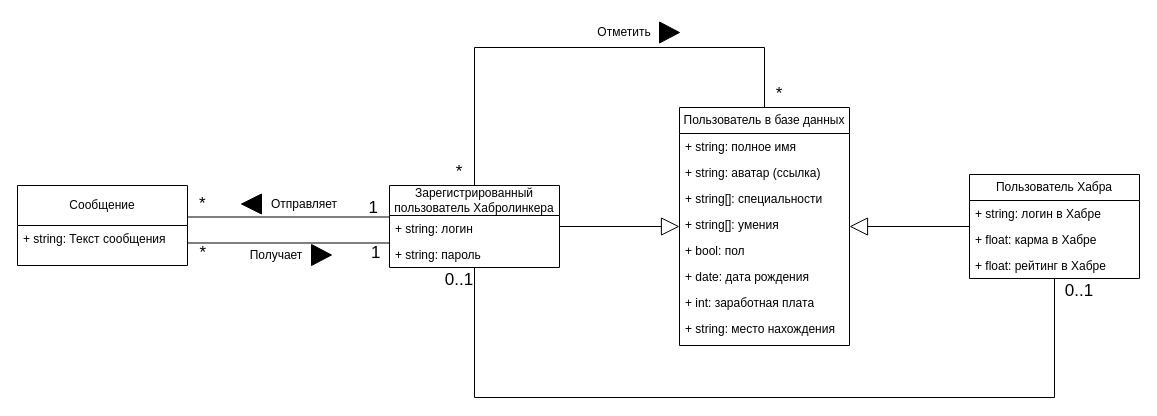
Earlier version of the draw.io diagram docs/raw_diagrams/domain_model.drawio (AS2/habrolink). Source tidied: cells renumbered, new cells numbered last; positions are measured from the earlier drawing's top-left corner, leaving out a move shared by most shapes. Both pictures are drawn from the tidied source at 100%, with x=0, y=0 at pixel (17, 17).
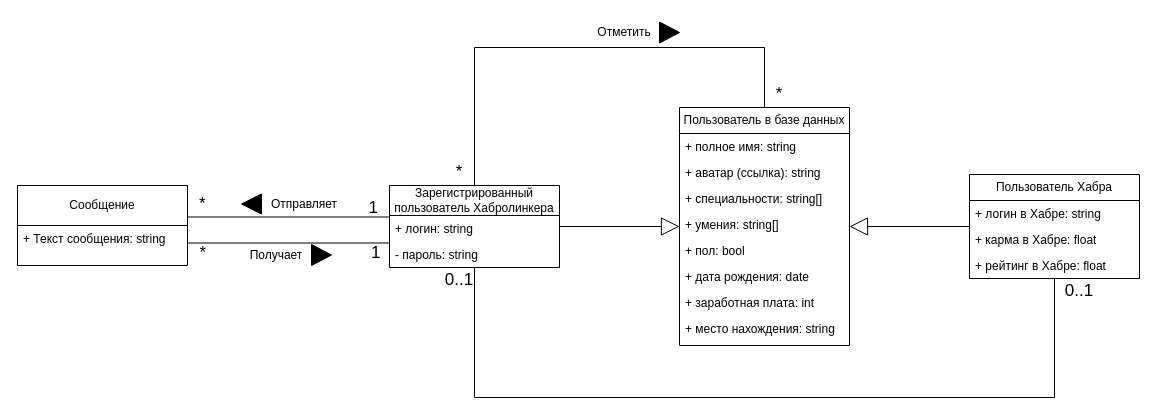
The same diagram, later.

Commit message (it also covers changes not shown here):
Fixed domain_model

Unchanged cells that the change refers to:
```xml
<mxCell id="2" value="Пользователь в базе данных" style="swimlane;fontStyle=0;horizontal=1;startSize=26;fillColor=none;whiteSpace=wrap;html=1;" parent="1" vertex="1">
  <mxGeometry x="662" y="90" width="170" height="238" as="geometry" />
</mxCell>
<mxCell id="13" value="Зарегистрированный пользователь Хабролинкера" style="swimlane;fontStyle=0;horizontal=1;startSize=30;fillColor=none;whiteSpace=wrap;html=1;" parent="1" vertex="1">
  <mxGeometry x="372" y="168" width="170" height="82" as="geometry" />
</mxCell>
<mxCell id="16" value="Пользователь Хабра" style="swimlane;fontStyle=0;horizontal=1;startSize=26;fillColor=none;whiteSpace=wrap;html=1;" parent="1" vertex="1">
  <mxGeometry x="952" y="157" width="170" height="104" as="geometry" />
</mxCell>
<mxCell id="23" value="Сообщение" style="swimlane;fontStyle=0;horizontal=1;startSize=40;fillColor=none;whiteSpace=wrap;html=1;" parent="1" vertex="1">
  <mxGeometry y="168" width="170" height="80" as="geometry" />
</mxCell>
```

The edit, as a diff of the source:
```diff
@@
-    <mxCell id="3" value="+ string: полное имя" style="text;strokeColor=none;fillColor=none;align=left;verticalAlign=top;spacingLeft=4;spacingRight=4;overflow=hidden;whiteSpace=wrap;html=1;" parent="2" vertex="1">
+    <mxCell id="3" value="+ полное имя:&amp;nbsp;string" style="text;strokeColor=none;fillColor=none;align=left;verticalAlign=top;spacingLeft=4;spacingRight=4;overflow=hidden;whiteSpace=wrap;html=1;" parent="2" vertex="1">
       <mxGeometry y="26" width="170" height="26" as="geometry" />
     </mxCell>
-    <mxCell id="4" value="+ string: аватар (ссылка)" style="text;strokeColor=none;fillColor=none;align=left;verticalAlign=top;spacingLeft=4;spacingRight=4;overflow=hidden;whiteSpace=wrap;html=1;" parent="2" vertex="1">
+    <mxCell id="4" value="+ аватар (ссылка):&amp;nbsp;string" style="text;strokeColor=none;fillColor=none;align=left;verticalAlign=top;spacingLeft=4;spacingRight=4;overflow=hidden;whiteSpace=wrap;html=1;" parent="2" vertex="1">
       <mxGeometry y="52" width="170" height="26" as="geometry" />
     </mxCell>
-    <mxCell id="5" value="+ string[]: специальности" style="text;strokeColor=none;fillColor=none;align=left;verticalAlign=top;spacingLeft=4;spacingRight=4;overflow=hidden;whiteSpace=wrap;html=1;" parent="2" vertex="1">
+    <mxCell id="5" value="+ специальности:&amp;nbsp;string[]" style="text;strokeColor=none;fillColor=none;align=left;verticalAlign=top;spacingLeft=4;spacingRight=4;overflow=hidden;whiteSpace=wrap;html=1;" parent="2" vertex="1">
       <mxGeometry y="78" width="170" height="26" as="geometry" />
     </mxCell>
-    <mxCell id="6" value="&lt;div&gt;+ string[]: умения&lt;/div&gt;" style="text;strokeColor=none;fillColor=none;align=left;verticalAlign=top;spacingLeft=4;spacingRight=4;overflow=hidden;whiteSpace=wrap;html=1;" parent="2" vertex="1">
+    <mxCell id="6" value="&lt;div&gt;+ умения: string[]&lt;/div&gt;" style="text;strokeColor=none;fillColor=none;align=left;verticalAlign=top;spacingLeft=4;spacingRight=4;overflow=hidden;whiteSpace=wrap;html=1;" parent="2" vertex="1">
       <mxGeometry y="104" width="170" height="26" as="geometry" />
     </mxCell>
-    <mxCell id="7" value="+ bool: пол" style="text;strokeColor=none;fillColor=none;align=left;verticalAlign=top;spacingLeft=4;spacingRight=4;overflow=hidden;whiteSpace=wrap;html=1;" parent="2" vertex="1">
+    <mxCell id="7" value="+ пол:&amp;nbsp;bool" style="text;strokeColor=none;fillColor=none;align=left;verticalAlign=top;spacingLeft=4;spacingRight=4;overflow=hidden;whiteSpace=wrap;html=1;" parent="2" vertex="1">
       <mxGeometry y="130" width="170" height="26" as="geometry" />
     </mxCell>
-    <mxCell id="8" value="&lt;div&gt;+ date: дата рождения&lt;/div&gt;" style="text;strokeColor=none;fillColor=none;align=left;verticalAlign=top;spacingLeft=4;spacingRight=4;overflow=hidden;whiteSpace=wrap;html=1;" parent="2" vertex="1">
+    <mxCell id="8" value="&lt;div&gt;+ дата рождения: date&lt;/div&gt;" style="text;strokeColor=none;fillColor=none;align=left;verticalAlign=top;spacingLeft=4;spacingRight=4;overflow=hidden;whiteSpace=wrap;html=1;" parent="2" vertex="1">
       <mxGeometry y="156" width="170" height="26" as="geometry" />
     </mxCell>
-    <mxCell id="9" value="&lt;div&gt;+ int: заработная плата&lt;br&gt;&lt;/div&gt;" style="text;strokeColor=none;fillColor=none;align=left;verticalAlign=top;spacingLeft=4;spacingRight=4;overflow=hidden;whiteSpace=wrap;html=1;" parent="2" vertex="1">
+    <mxCell id="9" value="&lt;div&gt;+ заработная плата: int&lt;br&gt;&lt;/div&gt;" style="text;strokeColor=none;fillColor=none;align=left;verticalAlign=top;spacingLeft=4;spacingRight=4;overflow=hidden;whiteSpace=wrap;html=1;" parent="2" vertex="1">
       <mxGeometry y="182" width="170" height="26" as="geometry" />
     </mxCell>
-    <mxCell id="10" value="+ string: место нахождения" style="text;strokeColor=none;fillColor=none;align=left;verticalAlign=top;spacingLeft=4;spacingRight=4;overflow=hidden;whiteSpace=wrap;html=1;" parent="2" vertex="1">
+    <mxCell id="10" value="+ место нахождения: string" style="text;strokeColor=none;fillColor=none;align=left;verticalAlign=top;spacingLeft=4;spacingRight=4;overflow=hidden;whiteSpace=wrap;html=1;" parent="2" vertex="1">
       <mxGeometry y="208" width="170" height="30" as="geometry" />
     </mxCell>
@@
-    <mxCell id="14" value="+ string: логин" style="text;strokeColor=none;fillColor=none;align=left;verticalAlign=top;spacingLeft=4;spacingRight=4;overflow=hidden;whiteSpace=wrap;html=1;" parent="13" vertex="1">
+    <mxCell id="14" value="+ логин:&amp;nbsp;string" style="text;strokeColor=none;fillColor=none;align=left;verticalAlign=top;spacingLeft=4;spacingRight=4;overflow=hidden;whiteSpace=wrap;html=1;" parent="13" vertex="1">
       <mxGeometry y="30" width="170" height="26" as="geometry" />
     </mxCell>
-    <mxCell id="15" value="+ string: пароль" style="text;strokeColor=none;fillColor=none;align=left;verticalAlign=top;spacingLeft=4;spacingRight=4;overflow=hidden;whiteSpace=wrap;html=1;" parent="13" vertex="1">
+    <mxCell id="15" value="- пароль:&amp;nbsp;string" style="text;strokeColor=none;fillColor=none;align=left;verticalAlign=top;spacingLeft=4;spacingRight=4;overflow=hidden;whiteSpace=wrap;html=1;" parent="13" vertex="1">
       <mxGeometry y="56" width="170" height="26" as="geometry" />
     </mxCell>
@@
-    <mxCell id="17" value="+ string: логин в Хабре" style="text;strokeColor=none;fillColor=none;align=left;verticalAlign=top;spacingLeft=4;spacingRight=4;overflow=hidden;whiteSpace=wrap;html=1;" parent="16" vertex="1">
+    <mxCell id="17" value="+ логин в Хабре: string" style="text;strokeColor=none;fillColor=none;align=left;verticalAlign=top;spacingLeft=4;spacingRight=4;overflow=hidden;whiteSpace=wrap;html=1;" parent="16" vertex="1">
       <mxGeometry y="26" width="170" height="26" as="geometry" />
     </mxCell>
-    <mxCell id="18" value="+ float: карма в Хабре" style="text;strokeColor=none;fillColor=none;align=left;verticalAlign=top;spacingLeft=4;spacingRight=4;overflow=hidden;whiteSpace=wrap;html=1;" parent="16" vertex="1">
+    <mxCell id="18" value="+ карма в Хабре: float" style="text;strokeColor=none;fillColor=none;align=left;verticalAlign=top;spacingLeft=4;spacingRight=4;overflow=hidden;whiteSpace=wrap;html=1;" parent="16" vertex="1">
       <mxGeometry y="52" width="170" height="26" as="geometry" />
     </mxCell>
-    <mxCell id="19" value="+ float: рейтинг в Хабре" style="text;strokeColor=none;fillColor=none;align=left;verticalAlign=top;spacingLeft=4;spacingRight=4;overflow=hidden;whiteSpace=wrap;html=1;" parent="16" vertex="1">
+    <mxCell id="19" value="+ рейтинг в Хабре: float" style="text;strokeColor=none;fillColor=none;align=left;verticalAlign=top;spacingLeft=4;spacingRight=4;overflow=hidden;whiteSpace=wrap;html=1;" parent="16" vertex="1">
       <mxGeometry y="78" width="170" height="26" as="geometry" />
     </mxCell>
@@
-    <mxCell id="24" value="+ string: Текст сообщения" style="text;strokeColor=none;fillColor=none;align=left;verticalAlign=top;spacingLeft=4;spacingRight=4;overflow=hidden;whiteSpace=wrap;html=1;" parent="23" vertex="1">
+    <mxCell id="24" value="+ Текст сообщения: string" style="text;strokeColor=none;fillColor=none;align=left;verticalAlign=top;spacingLeft=4;spacingRight=4;overflow=hidden;whiteSpace=wrap;html=1;" parent="23" vertex="1">
       <mxGeometry y="40" width="170" height="40" as="geometry" />
     </mxCell>
```
